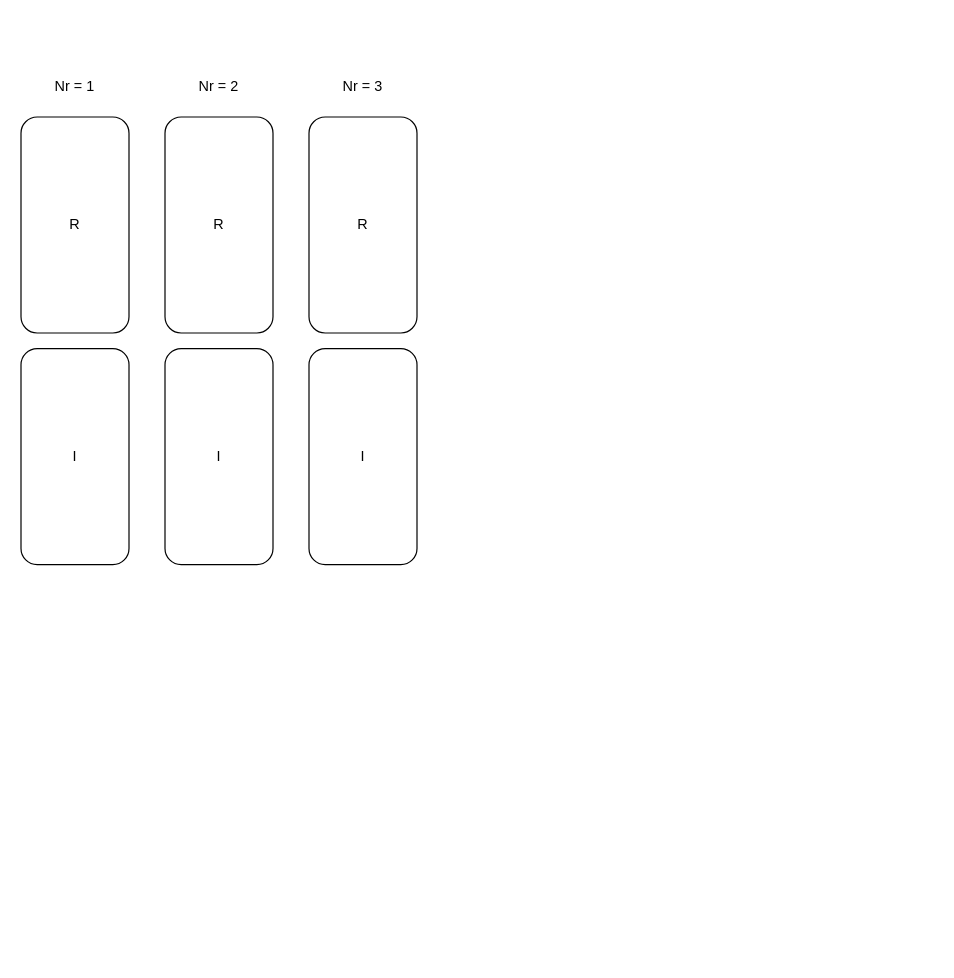
Earlier version of the draw.io diagram SPR-CNN/未命名绘图.drawio (OuO333333/CNN4CE). Source tidied: cells renumbered, new cells numbered last; positions are measured from the earlier drawing's top-left corner, leaving out a move shared by most shapes. Both pictures are drawn from the tidied source at 120%, with x=0, y=0 at pixel (20, 68).
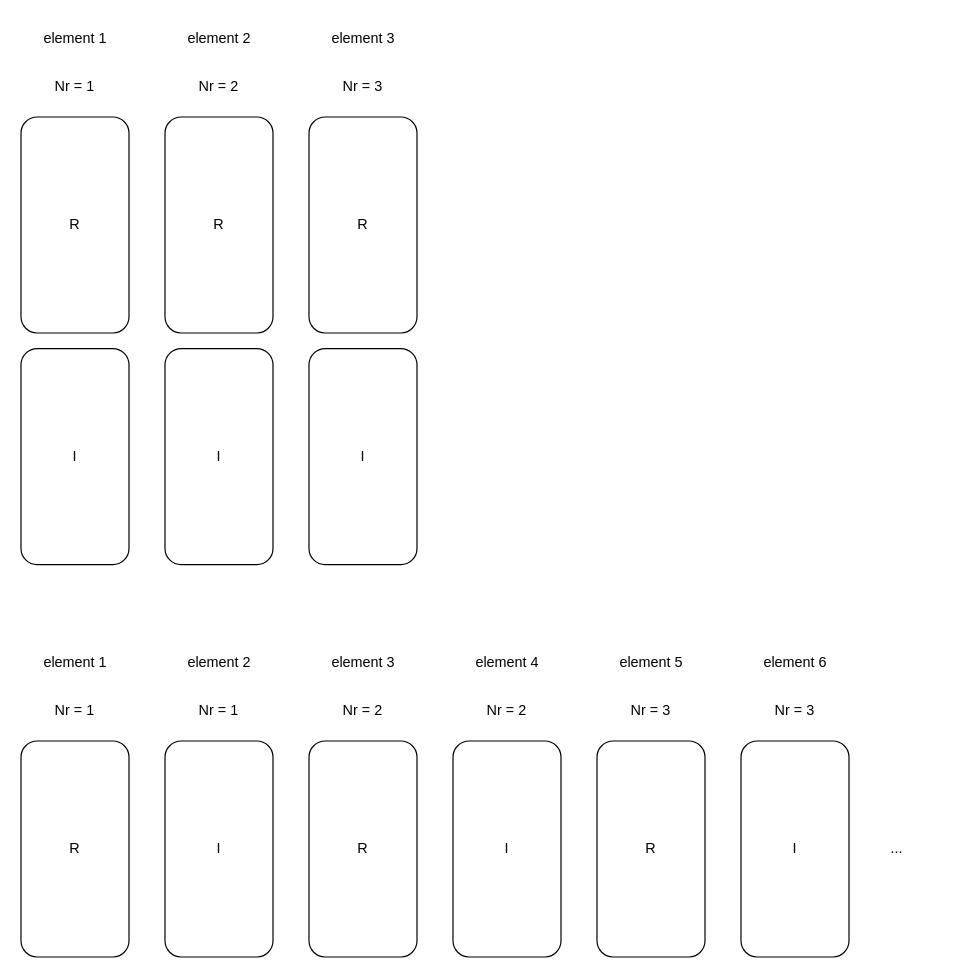
After the change.

Commit message (it also covers changes not shown here):
更新未命名绘图.drawio

The edit, as a diff of the source:
```diff
@@
+    <mxCell id="11" value="element 1" style="text;html=1;align=center;verticalAlign=middle;strokeColor=none;fillColor=none;" parent="1" vertex="1">
+      <mxGeometry x="5" y="-40" width="80" height="30" as="geometry" />
+    </mxCell>
+    <mxCell id="12" value="element 2" style="text;html=1;align=center;verticalAlign=middle;strokeColor=none;fillColor=none;" parent="1" vertex="1">
+      <mxGeometry x="125" y="-40" width="80" height="30" as="geometry" />
+    </mxCell>
+    <mxCell id="13" value="element 3" style="text;html=1;align=center;verticalAlign=middle;strokeColor=none;fillColor=none;" parent="1" vertex="1">
+      <mxGeometry x="245" y="-40" width="80" height="30" as="geometry" />
+    </mxCell>
+    <mxCell id="14" value="..." style="text;html=1;strokeColor=none;fillColor=none;align=center;verticalAlign=middle;whiteSpace=wrap;rounded=0;" parent="1" vertex="1">
+      <mxGeometry x="700" y="635" width="60" height="30" as="geometry" />
+    </mxCell>
+    <mxCell id="15" value="R" style="rounded=1;whiteSpace=wrap;html=1;" parent="1" vertex="1">
+      <mxGeometry y="560" width="90" height="180" as="geometry" />
+    </mxCell>
+    <mxCell id="16" value="Nr = 1" style="text;html=1;strokeColor=none;fillColor=none;align=center;verticalAlign=middle;whiteSpace=wrap;rounded=0;" parent="1" vertex="1">
+      <mxGeometry x="15" y="520" width="60" height="30" as="geometry" />
+    </mxCell>
+    <mxCell id="17" value="I" style="rounded=1;whiteSpace=wrap;html=1;" parent="1" vertex="1">
+      <mxGeometry x="120" y="560" width="90" height="180" as="geometry" />
+    </mxCell>
+    <mxCell id="18" value="Nr = 1" style="text;html=1;strokeColor=none;fillColor=none;align=center;verticalAlign=middle;whiteSpace=wrap;rounded=0;" parent="1" vertex="1">
+      <mxGeometry x="135" y="520" width="60" height="30" as="geometry" />
+    </mxCell>
+    <mxCell id="19" value="R" style="rounded=1;whiteSpace=wrap;html=1;" parent="1" vertex="1">
+      <mxGeometry x="240" y="560" width="90" height="180" as="geometry" />
+    </mxCell>
+    <mxCell id="20" value="Nr = 2" style="text;html=1;strokeColor=none;fillColor=none;align=center;verticalAlign=middle;whiteSpace=wrap;rounded=0;" parent="1" vertex="1">
+      <mxGeometry x="255" y="520" width="60" height="30" as="geometry" />
+    </mxCell>
+    <mxCell id="21" value="element 1" style="text;html=1;align=center;verticalAlign=middle;strokeColor=none;fillColor=none;" parent="1" vertex="1">
+      <mxGeometry x="5" y="480" width="80" height="30" as="geometry" />
+    </mxCell>
+    <mxCell id="22" value="element 2" style="text;html=1;align=center;verticalAlign=middle;strokeColor=none;fillColor=none;" parent="1" vertex="1">
+      <mxGeometry x="125" y="480" width="80" height="30" as="geometry" />
+    </mxCell>
+    <mxCell id="23" value="element 3" style="text;html=1;align=center;verticalAlign=middle;strokeColor=none;fillColor=none;" parent="1" vertex="1">
+      <mxGeometry x="245" y="480" width="80" height="30" as="geometry" />
+    </mxCell>
+    <mxCell id="24" value="I" style="rounded=1;whiteSpace=wrap;html=1;" parent="1" vertex="1">
+      <mxGeometry x="360" y="560" width="90" height="180" as="geometry" />
+    </mxCell>
+    <mxCell id="25" value="Nr = 2" style="text;html=1;strokeColor=none;fillColor=none;align=center;verticalAlign=middle;whiteSpace=wrap;rounded=0;" parent="1" vertex="1">
+      <mxGeometry x="375" y="520" width="60" height="30" as="geometry" />
+    </mxCell>
+    <mxCell id="26" value="R" style="rounded=1;whiteSpace=wrap;html=1;" parent="1" vertex="1">
+      <mxGeometry x="480" y="560" width="90" height="180" as="geometry" />
+    </mxCell>
+    <mxCell id="27" value="Nr = 3" style="text;html=1;strokeColor=none;fillColor=none;align=center;verticalAlign=middle;whiteSpace=wrap;rounded=0;" parent="1" vertex="1">
+      <mxGeometry x="495" y="520" width="60" height="30" as="geometry" />
+    </mxCell>
+    <mxCell id="28" value="I" style="rounded=1;whiteSpace=wrap;html=1;" parent="1" vertex="1">
+      <mxGeometry x="600" y="560" width="90" height="180" as="geometry" />
+    </mxCell>
+    <mxCell id="29" value="Nr = 3" style="text;html=1;strokeColor=none;fillColor=none;align=center;verticalAlign=middle;whiteSpace=wrap;rounded=0;" parent="1" vertex="1">
+      <mxGeometry x="615" y="520" width="60" height="30" as="geometry" />
+    </mxCell>
+    <mxCell id="30" value="element 4" style="text;html=1;align=center;verticalAlign=middle;strokeColor=none;fillColor=none;" parent="1" vertex="1">
+      <mxGeometry x="365" y="480" width="80" height="30" as="geometry" />
+    </mxCell>
+    <mxCell id="31" value="element 5" style="text;html=1;align=center;verticalAlign=middle;strokeColor=none;fillColor=none;" parent="1" vertex="1">
+      <mxGeometry x="485" y="480" width="80" height="30" as="geometry" />
+    </mxCell>
+    <mxCell id="32" value="element 6" style="text;html=1;align=center;verticalAlign=middle;strokeColor=none;fillColor=none;" parent="1" vertex="1">
+      <mxGeometry x="605" y="480" width="80" height="30" as="geometry" />
+    </mxCell>
```
